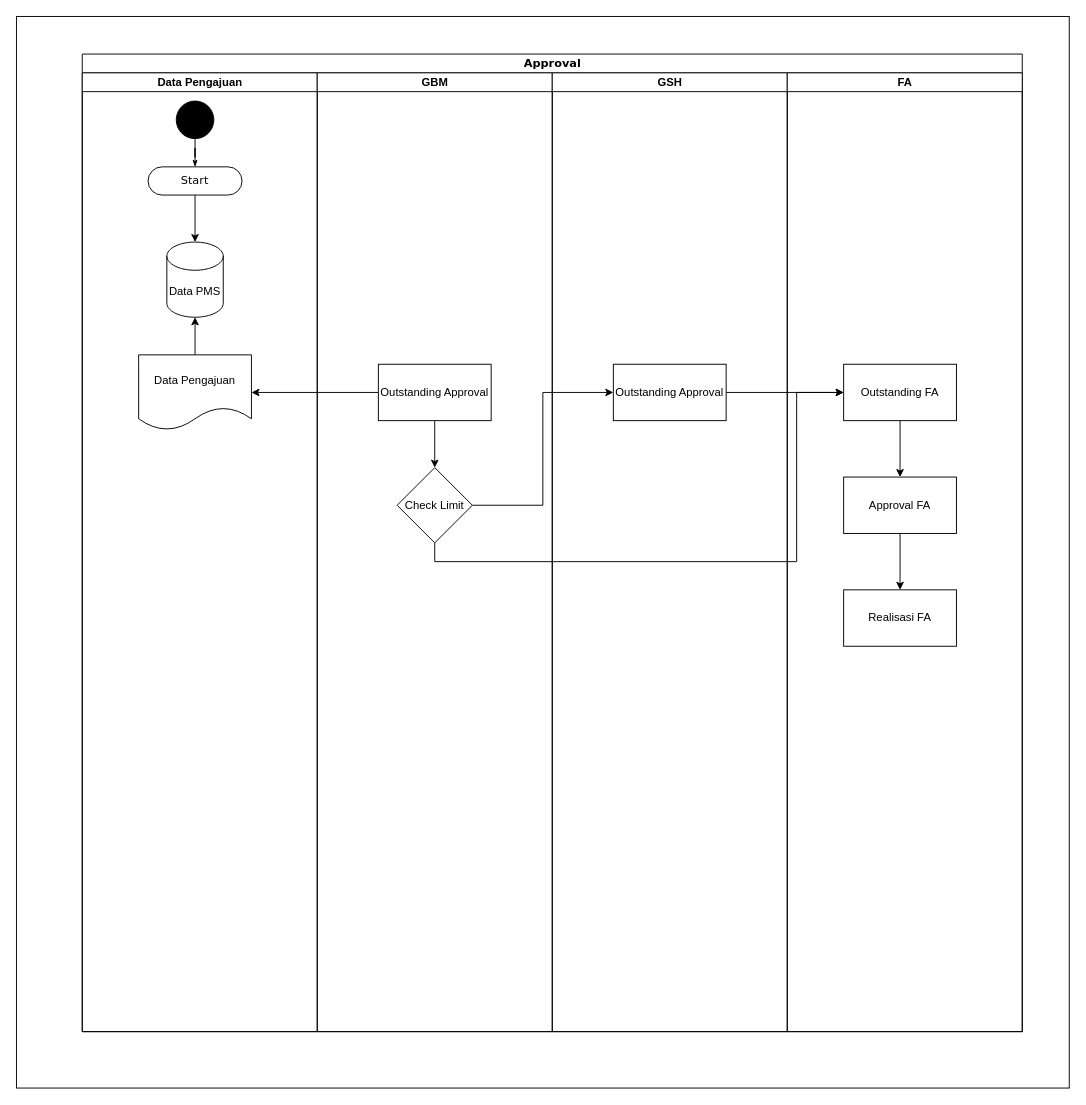
This is page "BP-Approval" (4 of 5) of Sitemap-PieMeS.drawio from muhamadfarkhan/system-analyst, a draw.io file, before an edit. Source tidied: cells renumbered, new cells numbered last; positions are measured from the earlier drawing's top-left corner, leaving out a move shared by most shapes. Both pictures are drawn from the tidied source at 94%, with x=0, y=0 at pixel (16, 16).
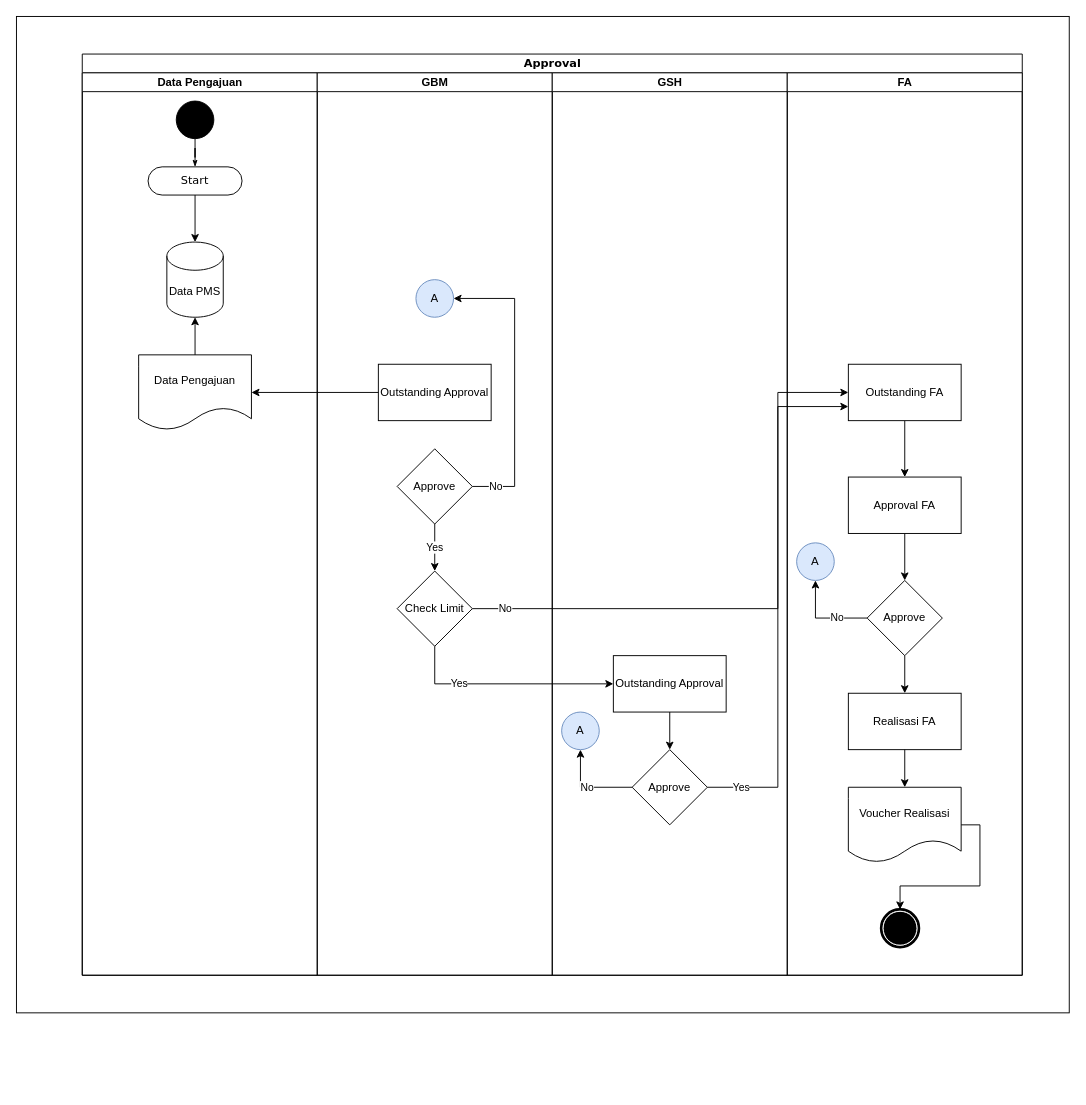
Above is the later version.

Unchanged cells that the change refers to:
```xml
<mxCell id="11" value="Outstanding Approval" style="rounded=0;whiteSpace=wrap;html=1;" parent="9" vertex="1">
  <mxGeometry x="65" y="310" width="120" height="60" as="geometry" />
</mxCell>
```

Change to the diagram source:
```diff
@@
     <mxCell id="2" style="rounded=0;whiteSpace=wrap;html=1;" parent="1" vertex="1">
-      <mxGeometry width="1120" height="1140" as="geometry" />
+      <mxGeometry width="1120" height="1060" as="geometry" />
     </mxCell>
     <mxCell id="3" value="Approval" style="swimlane;html=1;startSize=20;rounded=0;shadow=0;comic=0;labelBackgroundColor=none;strokeWidth=1;fontFamily=Verdana;fontSize=12;align=center;" parent="1" vertex="1">
-      <mxGeometry x="70" y="40" width="1000" height="1040" as="geometry" />
+      <mxGeometry x="70" y="40" width="1000" height="980" as="geometry" />
     </mxCell>
     <mxCell id="4" value="Data Pengajuan" style="swimlane;html=1;startSize=20;" parent="3" vertex="1">
-      <mxGeometry y="20" width="250" height="1020" as="geometry" />
+      <mxGeometry y="20" width="250" height="960" as="geometry" />
     </mxCell>
@@
     <mxCell id="9" value="GBM" style="swimlane;html=1;startSize=20;" parent="3" vertex="1">
-      <mxGeometry x="250" y="20" width="250" height="1020" as="geometry" />
+      <mxGeometry x="250" y="20" width="250" height="960" as="geometry" />
     </mxCell>
-    <mxCell id="10" style="edgeStyle=orthogonalEdgeStyle;rounded=0;jettySize=auto;html=1;exitX=0.5;exitY=1;exitDx=0;exitDy=0;entryX=0.5;entryY=0;entryDx=0;entryDy=0;" parent="9" edge="1" source="11" target="12">
-      <mxGeometry relative="1" as="geometry" />
-    </mxCell>
@@
     <mxCell id="12" value="Check Limit" style="rhombus;whiteSpace=wrap;html=1;" parent="9" vertex="1">
-      <mxGeometry x="85" y="420" width="80" height="80" as="geometry" />
+      <mxGeometry x="85" y="530" width="80" height="80" as="geometry" />
     </mxCell>
+    <mxCell id="28" value="Yes" style="edgeStyle=orthogonalEdgeStyle;rounded=0;jettySize=auto;html=1;exitX=0.5;exitY=1;exitDx=0;exitDy=0;" parent="9" edge="1" source="30" target="12">
+      <mxGeometry relative="1" as="geometry" />
+    </mxCell>
+    <mxCell id="29" value="No" style="edgeStyle=orthogonalEdgeStyle;rounded=0;jettySize=auto;html=1;exitX=1;exitY=0.5;exitDx=0;exitDy=0;entryX=1;entryY=0.5;entryDx=0;entryDy=0;" parent="9" edge="1" source="30" target="31">
+      <mxGeometry x="-0.84" relative="1" as="geometry">
+        <Array as="points">
+          <mxPoint x="210" y="440" />
+          <mxPoint x="210" y="240" />
+        </Array>
+      </mxGeometry>
+    </mxCell>
+    <mxCell id="30" value="Approve" style="rhombus;whiteSpace=wrap;html=1;" parent="9" vertex="1">
+      <mxGeometry x="85" y="400" width="80" height="80" as="geometry" />
+    </mxCell>
+    <mxCell id="31" value="A" style="ellipse;whiteSpace=wrap;html=1;rounded=0;shadow=0;comic=0;labelBackgroundColor=none;strokeWidth=1;fontFamily=Verdana;fontSize=12;align=center;fillColor=#dae8fc;strokeColor=#6c8ebf;" parent="9" vertex="1">
+      <mxGeometry x="105" y="220" width="40" height="40" as="geometry" />
+    </mxCell>
     <mxCell id="13" value="GSH" style="swimlane;html=1;startSize=20;" parent="3" vertex="1">
-      <mxGeometry x="500" y="20" width="250" height="1020" as="geometry" />
+      <mxGeometry x="500" y="20" width="250" height="960" as="geometry" />
     </mxCell>
     <mxCell id="14" value="Outstanding Approval" style="rounded=0;whiteSpace=wrap;html=1;" parent="13" vertex="1">
-      <mxGeometry x="65" y="310" width="120" height="60" as="geometry" />
+      <mxGeometry x="65" y="620" width="120" height="60" as="geometry" />
     </mxCell>
+    <mxCell id="32" value="Approve" style="rhombus;whiteSpace=wrap;html=1;" parent="13" vertex="1">
+      <mxGeometry x="85" y="720" width="80" height="80" as="geometry" />
+    </mxCell>
+    <mxCell id="33" style="edgeStyle=orthogonalEdgeStyle;rounded=0;jettySize=auto;html=1;exitX=0.5;exitY=1;exitDx=0;exitDy=0;" parent="13" edge="1" source="14" target="32">
+      <mxGeometry relative="1" as="geometry" />
+    </mxCell>
+    <mxCell id="34" value="A" style="ellipse;whiteSpace=wrap;html=1;rounded=0;shadow=0;comic=0;labelBackgroundColor=none;strokeWidth=1;fontFamily=Verdana;fontSize=12;align=center;fillColor=#dae8fc;strokeColor=#6c8ebf;" parent="13" vertex="1">
+      <mxGeometry x="10" y="680" width="40" height="40" as="geometry" />
+    </mxCell>
+    <mxCell id="35" value="No" style="edgeStyle=orthogonalEdgeStyle;rounded=0;jettySize=auto;html=1;exitX=0;exitY=0.5;exitDx=0;exitDy=0;entryX=0.5;entryY=1;entryDx=0;entryDy=0;" parent="13" edge="1" source="32" target="34">
+      <mxGeometry relative="1" as="geometry" />
+    </mxCell>
     <mxCell id="15" value="FA" style="swimlane;html=1;startSize=20;" parent="3" vertex="1">
-      <mxGeometry x="750" y="20" width="250" height="1020" as="geometry" />
+      <mxGeometry x="750" y="20" width="250" height="960" as="geometry" />
     </mxCell>
@@
     <mxCell id="17" value="Outstanding FA" style="rounded=0;whiteSpace=wrap;html=1;" parent="15" vertex="1">
-      <mxGeometry x="60" y="310" width="120" height="60" as="geometry" />
+      <mxGeometry x="65" y="310" width="120" height="60" as="geometry" />
     </mxCell>
-    <mxCell id="18" style="edgeStyle=orthogonalEdgeStyle;rounded=0;jettySize=auto;html=1;exitX=0.5;exitY=1;exitDx=0;exitDy=0;" parent="15" edge="1" source="19" target="20">
+    <mxCell id="18" style="edgeStyle=orthogonalEdgeStyle;rounded=0;jettySize=auto;html=1;exitX=0.5;exitY=1;exitDx=0;exitDy=0;" parent="15" edge="1" source="19" target="37">
       <mxGeometry relative="1" as="geometry" />
     </mxCell>
     <mxCell id="19" value="Approval FA" style="rounded=0;whiteSpace=wrap;html=1;" parent="15" vertex="1">
-      <mxGeometry x="60" y="430" width="120" height="60" as="geometry" />
+      <mxGeometry x="65" y="430" width="120" height="60" as="geometry" />
     </mxCell>
+    <mxCell id="36" style="edgeStyle=orthogonalEdgeStyle;rounded=0;jettySize=auto;html=1;exitX=0.5;exitY=1;exitDx=0;exitDy=0;entryX=0.5;entryY=0;entryDx=0;entryDy=0;" parent="15" edge="1" source="37" target="20">
+      <mxGeometry relative="1" as="geometry" />
+    </mxCell>
+    <mxCell id="37" value="Approve" style="rhombus;whiteSpace=wrap;html=1;" parent="15" vertex="1">
+      <mxGeometry x="85" y="540" width="80" height="80" as="geometry" />
+    </mxCell>
     <mxCell id="20" value="Realisasi FA" style="rounded=0;whiteSpace=wrap;html=1;" parent="15" vertex="1">
-      <mxGeometry x="60" y="550" width="120" height="60" as="geometry" />
+      <mxGeometry x="65" y="660" width="120" height="60" as="geometry" />
     </mxCell>
+    <mxCell id="38" value="Voucher Realisasi" style="shape=document;whiteSpace=wrap;html=1;boundedLbl=1;" parent="15" vertex="1">
+      <mxGeometry x="65" y="760" width="120" height="80" as="geometry" />
+    </mxCell>
+    <mxCell id="39" style="edgeStyle=orthogonalEdgeStyle;rounded=0;jettySize=auto;html=1;exitX=0.5;exitY=1;exitDx=0;exitDy=0;" parent="15" edge="1" source="20" target="38">
+      <mxGeometry relative="1" as="geometry" />
+    </mxCell>
@@
-    <mxCell id="22" style="edgeStyle=orthogonalEdgeStyle;rounded=0;jettySize=auto;html=1;exitX=1;exitY=0.5;exitDx=0;exitDy=0;entryX=0;entryY=0.5;entryDx=0;entryDy=0;" parent="3" edge="1" source="12" target="14">
-      <mxGeometry relative="1" as="geometry" />
+    <mxCell id="22" value="Yes" style="edgeStyle=orthogonalEdgeStyle;rounded=0;jettySize=auto;html=1;exitX=0.5;exitY=1;exitDx=0;exitDy=0;entryX=0;entryY=0.5;entryDx=0;entryDy=0;" parent="3" edge="1" source="12" target="14">
+      <mxGeometry x="-0.43" relative="1" as="geometry" />
     </mxCell>
-    <mxCell id="23" style="edgeStyle=orthogonalEdgeStyle;rounded=0;jettySize=auto;html=1;exitX=0.5;exitY=1;exitDx=0;exitDy=0;entryX=0;entryY=0.5;entryDx=0;entryDy=0;" parent="3" edge="1" source="12" target="17">
-      <mxGeometry relative="1" as="geometry">
+    <mxCell id="23" value="No" style="edgeStyle=orthogonalEdgeStyle;rounded=0;jettySize=auto;html=1;exitX=1;exitY=0.5;exitDx=0;exitDy=0;entryX=0;entryY=0.5;entryDx=0;entryDy=0;" parent="3" edge="1" source="12" target="17">
+      <mxGeometry x="-0.89" relative="1" as="geometry">
         <Array as="points">
-          <mxPoint x="375" y="540" />
-          <mxPoint x="760" y="540" />
-          <mxPoint x="760" y="360" />
+          <mxPoint x="740" y="590" />
+          <mxPoint x="740" y="360" />
         </Array>
       </mxGeometry>
     </mxCell>
-    <mxCell id="24" style="edgeStyle=orthogonalEdgeStyle;rounded=0;jettySize=auto;html=1;exitX=1;exitY=0.5;exitDx=0;exitDy=0;entryX=0;entryY=0.5;entryDx=0;entryDy=0;" parent="3" edge="1" source="14" target="17">
-      <mxGeometry relative="1" as="geometry" />
-    </mxCell>
+    <mxCell id="40" value="Yes" style="edgeStyle=orthogonalEdgeStyle;rounded=0;jettySize=auto;html=1;exitX=1;exitY=0.5;exitDx=0;exitDy=0;entryX=0;entryY=0.75;entryDx=0;entryDy=0;" parent="3" edge="1" source="32" target="17">
+      <mxGeometry x="-0.87" relative="1" as="geometry">
+        <Array as="points">
+          <mxPoint x="740" y="780" />
+          <mxPoint x="740" y="375" />
+        </Array>
+      </mxGeometry>
+    </mxCell>
@@
+    <mxCell id="41" value="A" style="ellipse;whiteSpace=wrap;html=1;rounded=0;shadow=0;comic=0;labelBackgroundColor=none;strokeWidth=1;fontFamily=Verdana;fontSize=12;align=center;fillColor=#dae8fc;strokeColor=#6c8ebf;" parent="1" vertex="1">
+      <mxGeometry x="830" y="560" width="40" height="40" as="geometry" />
+    </mxCell>
+    <mxCell id="42" value="No" style="edgeStyle=orthogonalEdgeStyle;rounded=0;jettySize=auto;html=1;exitX=0;exitY=0.5;exitDx=0;exitDy=0;entryX=0.5;entryY=1;entryDx=0;entryDy=0;" parent="1" edge="1" source="37" target="41">
+      <mxGeometry x="-0.33" relative="1" as="geometry" />
+    </mxCell>
+    <mxCell id="43" style="shape=mxgraph.bpmn.shape;html=1;verticalLabelPosition=bottom;labelBackgroundColor=#ffffff;verticalAlign=top;perimeter=ellipsePerimeter;outline=end;symbol=terminate;rounded=0;shadow=0;comic=0;strokeWidth=1;fontFamily=Verdana;fontSize=12;align=center;" parent="1" vertex="1">
+      <mxGeometry x="920" y="950" width="40" height="40" as="geometry" />
+    </mxCell>
+    <mxCell id="44" style="edgeStyle=orthogonalEdgeStyle;rounded=0;jettySize=auto;html=1;exitX=1;exitY=0.5;exitDx=0;exitDy=0;entryX=0.5;entryY=0;entryDx=0;entryDy=0;" parent="1" edge="1" source="38" target="43">
+      <mxGeometry relative="1" as="geometry" />
+    </mxCell>
```
